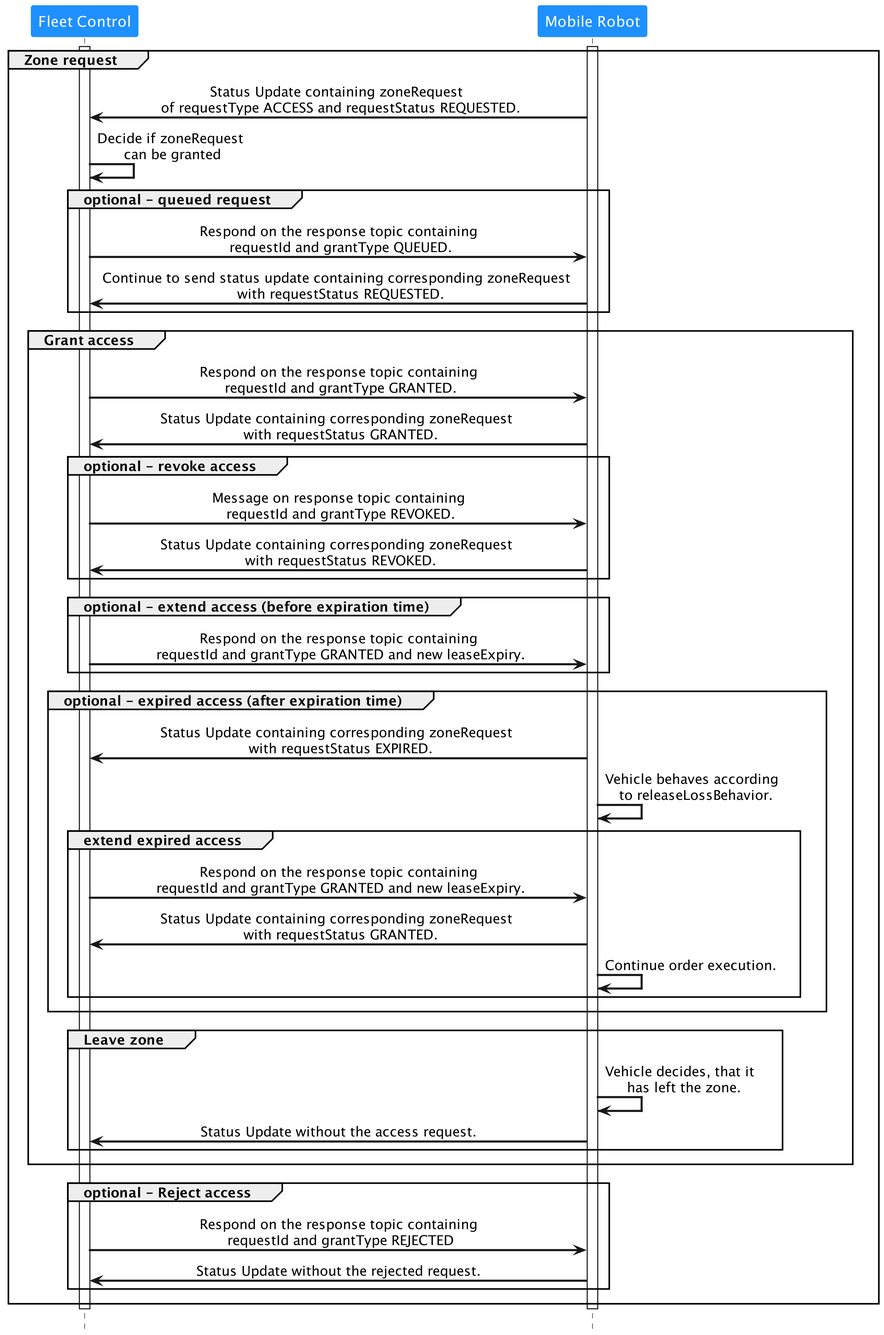
This is assets/request_release_zone_access.png from VDA5050/VDA5050, a PlantUML export, as it was before one commit.
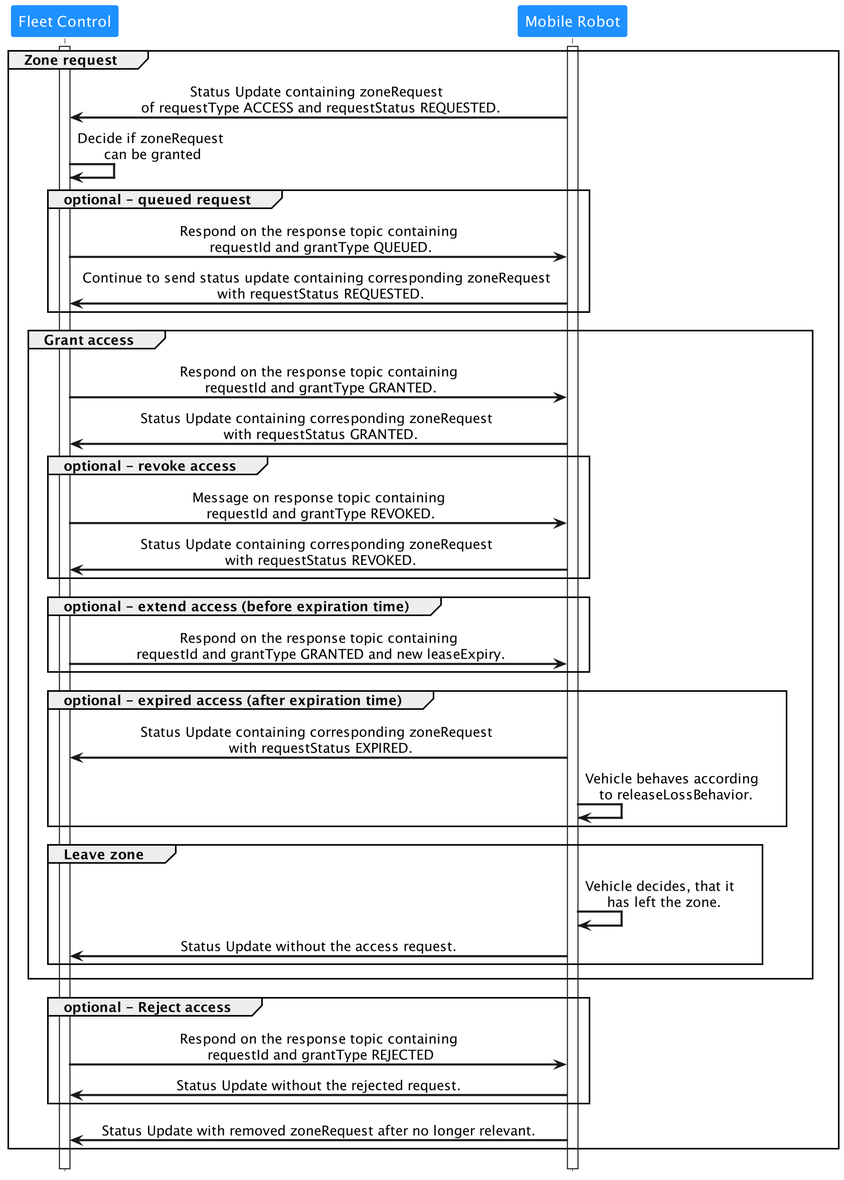
The same diagram one commit later.

Commit message:
Updated the release zone flowchart (#571)

* Updated the release zone flowchart to represent expired access not possible to grant again and to remove requests from state after they are no longer relevant to the robot

* updated png request_release_zone_access

The edit, as a diff of the source:
```diff
@@ -1,5 +1,5 @@
 @startuml
-skinparam dpi 400
+skinparam dpi 200
 !pragma teoz true
 skinparam defaultTextAlignment center
 skinparam participantFontColor white
@@ -33,11 +33,6 @@
 group optional - expired access (after expiration time)
 "Mobile Robot" -> "Fleet Control": Status Update containing corresponding zoneRequest \n with requestStatus EXPIRED.
 "Mobile Robot" -> "Mobile Robot": Vehicle behaves according \n to releaseLossBehavior.
-group extend expired access
-"Fleet Control" -> "Mobile Robot": Respond on the response topic containing\n requestId and grantType GRANTED and new leaseExpiry.
-"Mobile Robot" -> "Fleet Control": Status Update containing corresponding zoneRequest \n with requestStatus GRANTED.
-"Mobile Robot" -> "Mobile Robot": Continue order execution.
-end
 end
 group Leave zone
 "Mobile Robot" -> "Mobile Robot": Vehicle decides, that it \n has left the zone.
@@ -48,8 +43,8 @@
 "Fleet Control" -> "Mobile Robot": Respond on the response topic containing\n requestId and grantType REJECTED
 "Mobile Robot" -> "Fleet Control": Status Update without the rejected request.
 end
+"Mobile Robot" -> "Fleet Control": Status Update with removed zoneRequest after no longer relevant.
+end
+deactivate "Fleet Control"
 deactivate "Mobile Robot"
-deactivate "Fleet Control"
-end
-
 @enduml
```
